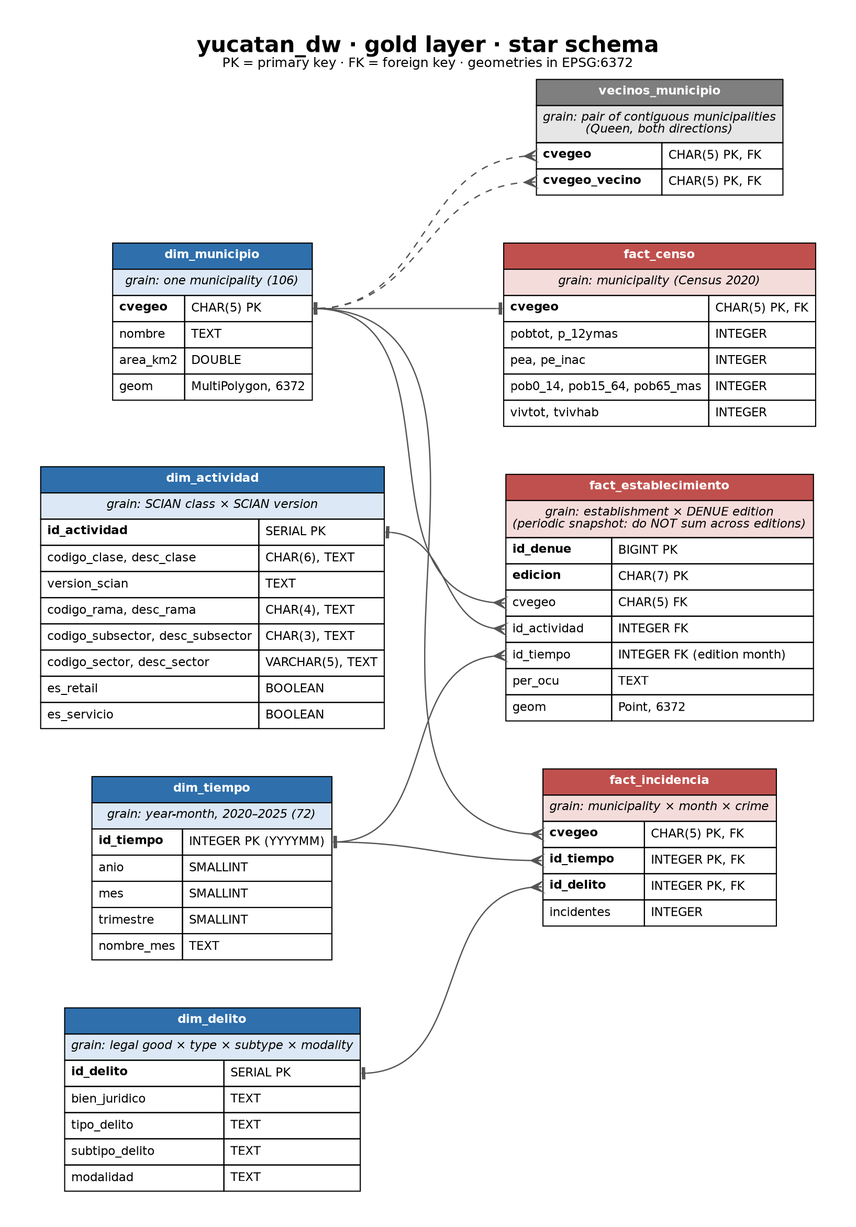
Above: docs/warehouse_model.png in Basengalenga/Tabasco_Yucatan_Mexico (Graphviz), before the change. Its source is kept beside it as docs/warehouse_model.dot. The source it was exported from:
```dot
digraph warehouse_model {
    graph [rankdir=LR, splines=spline, nodesep=0.5, ranksep=1.3, fontname="Helvetica", fontsize=20,
           labelloc=t, label=<<b>yucatan_dw · gold layer · star schema</b><br/><font point-size="12">PK = primary key · FK = foreign key · geometries in EPSG:6372</font>>, pad=0.4];
    node  [shape=plaintext, fontname="Helvetica", fontsize=11];
    edge  [arrowhead=crow, arrowtail=tee, dir=both, color="#555555", penwidth=1.2];

    dim_municipio [label=<
      <table border="0" cellborder="1" cellspacing="0" cellpadding="5" bgcolor="white">
        <tr><td bgcolor="#2E6FAC" colspan="2"><font color="white"><b>dim_municipio</b></font></td></tr>
        <tr><td bgcolor="#DCE8F5" colspan="2"><i>grain: one municipality (106)</i></td></tr>
        <tr><td align="left"><b>cvegeo</b></td><td align="left" port="cvegeo">CHAR(5) PK</td></tr>
        <tr><td align="left">nombre</td><td align="left">TEXT</td></tr>
        <tr><td align="left">area_km2</td><td align="left">DOUBLE</td></tr>
        <tr><td align="left">geom</td><td align="left">MultiPolygon, 6372</td></tr>
      </table>>];

    dim_tiempo [label=<
      <table border="0" cellborder="1" cellspacing="0" cellpadding="5" bgcolor="white">
        <tr><td bgcolor="#2E6FAC" colspan="2"><font color="white"><b>dim_tiempo</b></font></td></tr>
        <tr><td bgcolor="#DCE8F5" colspan="2"><i>grain: year-month, 2020–2025 (72)</i></td></tr>
        <tr><td align="left"><b>id_tiempo</b></td><td align="left" port="id_tiempo">INTEGER PK (YYYYMM)</td></tr>
        <tr><td align="left">anio</td><td align="left">SMALLINT</td></tr>
        <tr><td align="left">mes</td><td align="left">SMALLINT</td></tr>
        <tr><td align="left">trimestre</td><td align="left">SMALLINT</td></tr>
        <tr><td align="left">nombre_mes</td><td align="left">TEXT</td></tr>
      </table>>];

    dim_actividad [label=<
      <table border="0" cellborder="1" cellspacing="0" cellpadding="5" bgcolor="white">
        <tr><td bgcolor="#2E6FAC" colspan="2"><font color="white"><b>dim_actividad</b></font></td></tr>
        <tr><td bgcolor="#DCE8F5" colspan="2"><i>grain: SCIAN class × SCIAN version</i></td></tr>
        <tr><td align="left"><b>id_actividad</b></td><td align="left" port="id_actividad">SERIAL PK</td></tr>
        <tr><td align="left">codigo_clase, desc_clase</td><td align="left">CHAR(6), TEXT</td></tr>
        <tr><td align="left">version_scian</td><td align="left">TEXT</td></tr>
        <tr><td align="left">codigo_rama, desc_rama</td><td align="left">CHAR(4), TEXT</td></tr>
        <tr><td align="left">codigo_subsector, desc_subsector</td><td align="left">CHAR(3), TEXT</td></tr>
        <tr><td align="left">codigo_sector, desc_sector</td><td align="left">VARCHAR(5), TEXT</td></tr>
        <tr><td align="left">es_retail</td><td align="left">BOOLEAN</td></tr>
        <tr><td align="left">es_servicio</td><td align="left">BOOLEAN</td></tr>
      </table>>];

    dim_delito [label=<
      <table border="0" cellborder="1" cellspacing="0" cellpadding="5" bgcolor="white">
        <tr><td bgcolor="#2E6FAC" colspan="2"><font color="white"><b>dim_delito</b></font></td></tr>
        <tr><td bgcolor="#DCE8F5" colspan="2"><i>grain: legal good × type × subtype × modality</i></td></tr>
        <tr><td align="left"><b>id_delito</b></td><td align="left" port="id_delito">SERIAL PK</td></tr>
        <tr><td align="left">bien_juridico</td><td align="left">TEXT</td></tr>
        <tr><td align="left">tipo_delito</td><td align="left">TEXT</td></tr>
        <tr><td align="left">subtipo_delito</td><td align="left">TEXT</td></tr>
        <tr><td align="left">modalidad</td><td align="left">TEXT</td></tr>
      </table>>];

    fact_censo [label=<
      <table border="0" cellborder="1" cellspacing="0" cellpadding="5" bgcolor="white">
        <tr><td bgcolor="#C0504D" colspan="2"><font color="white"><b>fact_censo</b></font></td></tr>
        <tr><td bgcolor="#F4DCDB" colspan="2"><i>grain: municipality (Census 2020)</i></td></tr>
        <tr><td align="left" port="cvegeo"><b>cvegeo</b></td><td align="left">CHAR(5) PK, FK</td></tr>
        <tr><td align="left">pobtot, p_12ymas</td><td align="left">INTEGER</td></tr>
        <tr><td align="left">pea, pe_inac</td><td align="left">INTEGER</td></tr>
        <tr><td align="left">pob0_14, pob15_64, pob65_mas</td><td align="left">INTEGER</td></tr>
        <tr><td align="left">vivtot, tvivhab</td><td align="left">INTEGER</td></tr>
      </table>>];

    fact_establecimiento [label=<
      <table border="0" cellborder="1" cellspacing="0" cellpadding="5" bgcolor="white">
        <tr><td bgcolor="#C0504D" colspan="2"><font color="white"><b>fact_establecimiento</b></font></td></tr>
        <tr><td bgcolor="#F4DCDB" colspan="2"><i>grain: establishment × DENUE edition</i><br/><i>(periodic snapshot: do NOT sum across editions)</i></td></tr>
        <tr><td align="left"><b>id_denue</b></td><td align="left">BIGINT PK</td></tr>
        <tr><td align="left"><b>edicion</b></td><td align="left">CHAR(7) PK</td></tr>
        <tr><td align="left" port="cvegeo">cvegeo</td><td align="left">CHAR(5) FK</td></tr>
        <tr><td align="left" port="id_actividad">id_actividad</td><td align="left">INTEGER FK</td></tr>
        <tr><td align="left" port="id_tiempo">id_tiempo</td><td align="left">INTEGER FK (edition month)</td></tr>
        <tr><td align="left">per_ocu</td><td align="left">TEXT</td></tr>
        <tr><td align="left">geom</td><td align="left">Point, 6372</td></tr>
      </table>>];

    fact_incidencia [label=<
      <table border="0" cellborder="1" cellspacing="0" cellpadding="5" bgcolor="white">
        <tr><td bgcolor="#C0504D" colspan="2"><font color="white"><b>fact_incidencia</b></font></td></tr>
        <tr><td bgcolor="#F4DCDB" colspan="2"><i>grain: municipality × month × crime</i></td></tr>
        <tr><td align="left" port="cvegeo"><b>cvegeo</b></td><td align="left">CHAR(5) PK, FK</td></tr>
        <tr><td align="left" port="id_tiempo"><b>id_tiempo</b></td><td align="left">INTEGER PK, FK</td></tr>
        <tr><td align="left" port="id_delito"><b>id_delito</b></td><td align="left">INTEGER PK, FK</td></tr>
        <tr><td align="left">incidentes</td><td align="left">INTEGER</td></tr>
      </table>>];

    vecinos_municipio [label=<
      <table border="0" cellborder="1" cellspacing="0" cellpadding="5" bgcolor="white">
        <tr><td bgcolor="#7F7F7F" colspan="2"><font color="white"><b>vecinos_municipio</b></font></td></tr>
        <tr><td bgcolor="#E6E6E6" colspan="2"><i>grain: pair of contiguous municipalities</i><br/><i>(Queen, both directions)</i></td></tr>
        <tr><td align="left" port="cvegeo"><b>cvegeo</b></td><td align="left">CHAR(5) PK, FK</td></tr>
        <tr><td align="left" port="cvegeo_vecino"><b>cvegeo_vecino</b></td><td align="left">CHAR(5) PK, FK</td></tr>
      </table>>];

    { rank=same; dim_municipio; dim_tiempo; dim_actividad; dim_delito; }
    { rank=same; vecinos_municipio; fact_censo; fact_establecimiento; fact_incidencia; }

    dim_municipio:cvegeo:e       -> fact_censo:cvegeo:w             [arrowhead=tee];  // 1:1
    dim_municipio:cvegeo:e       -> fact_establecimiento:cvegeo:w;
    dim_municipio:cvegeo:e       -> fact_incidencia:cvegeo:w;
    dim_tiempo:id_tiempo:e       -> fact_establecimiento:id_tiempo:w;
    dim_tiempo:id_tiempo:e       -> fact_incidencia:id_tiempo:w;
    dim_actividad:id_actividad:e -> fact_establecimiento:id_actividad:w;
    dim_delito:id_delito:e       -> fact_incidencia:id_delito:w;

    dim_municipio:cvegeo:e -> vecinos_municipio:cvegeo:w        [style=dashed];
    dim_municipio:cvegeo:e -> vecinos_municipio:cvegeo_vecino:w [style=dashed];
}
```
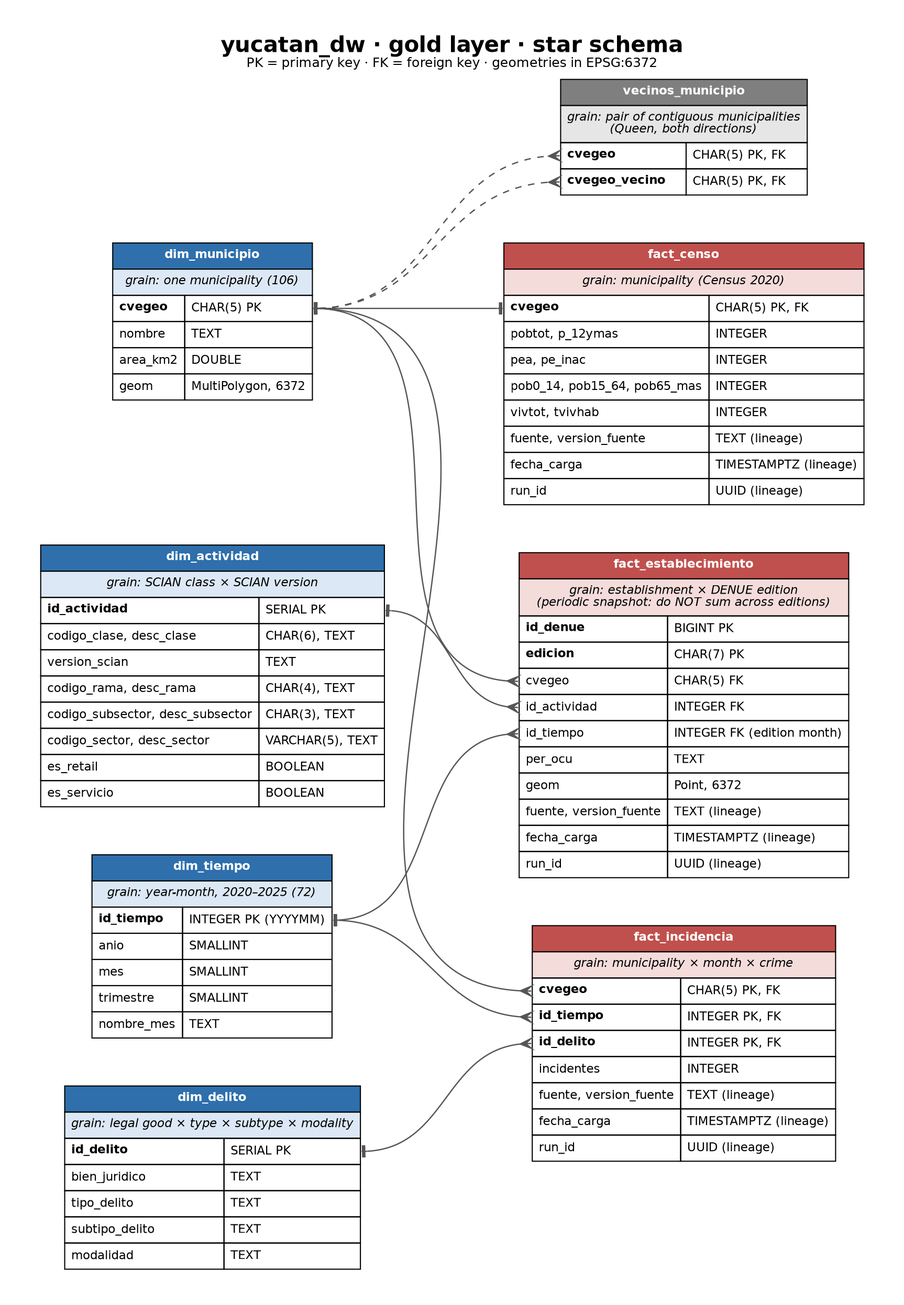
After the commit.

Diff of the diagram source:
```diff
@@ -59,6 +59,9 @@
         <tr><td align="left">pea, pe_inac</td><td align="left">INTEGER</td></tr>
         <tr><td align="left">pob0_14, pob15_64, pob65_mas</td><td align="left">INTEGER</td></tr>
         <tr><td align="left">vivtot, tvivhab</td><td align="left">INTEGER</td></tr>
+        <tr><td align="left">fuente, version_fuente</td><td align="left">TEXT (lineage)</td></tr>
+        <tr><td align="left">fecha_carga</td><td align="left">TIMESTAMPTZ (lineage)</td></tr>
+        <tr><td align="left">run_id</td><td align="left">UUID (lineage)</td></tr>
       </table>>];
 
     fact_establecimiento [label=<
@@ -72,6 +75,9 @@
         <tr><td align="left" port="id_tiempo">id_tiempo</td><td align="left">INTEGER FK (edition month)</td></tr>
         <tr><td align="left">per_ocu</td><td align="left">TEXT</td></tr>
         <tr><td align="left">geom</td><td align="left">Point, 6372</td></tr>
+        <tr><td align="left">fuente, version_fuente</td><td align="left">TEXT (lineage)</td></tr>
+        <tr><td align="left">fecha_carga</td><td align="left">TIMESTAMPTZ (lineage)</td></tr>
+        <tr><td align="left">run_id</td><td align="left">UUID (lineage)</td></tr>
       </table>>];
 
     fact_incidencia [label=<
@@ -82,6 +88,9 @@
         <tr><td align="left" port="id_tiempo"><b>id_tiempo</b></td><td align="left">INTEGER PK, FK</td></tr>
         <tr><td align="left" port="id_delito"><b>id_delito</b></td><td align="left">INTEGER PK, FK</td></tr>
         <tr><td align="left">incidentes</td><td align="left">INTEGER</td></tr>
+        <tr><td align="left">fuente, version_fuente</td><td align="left">TEXT (lineage)</td></tr>
+        <tr><td align="left">fecha_carga</td><td align="left">TIMESTAMPTZ (lineage)</td></tr>
+        <tr><td align="left">run_id</td><td align="left">UUID (lineage)</td></tr>
       </table>>];
 
     vecinos_municipio [label=<
```
